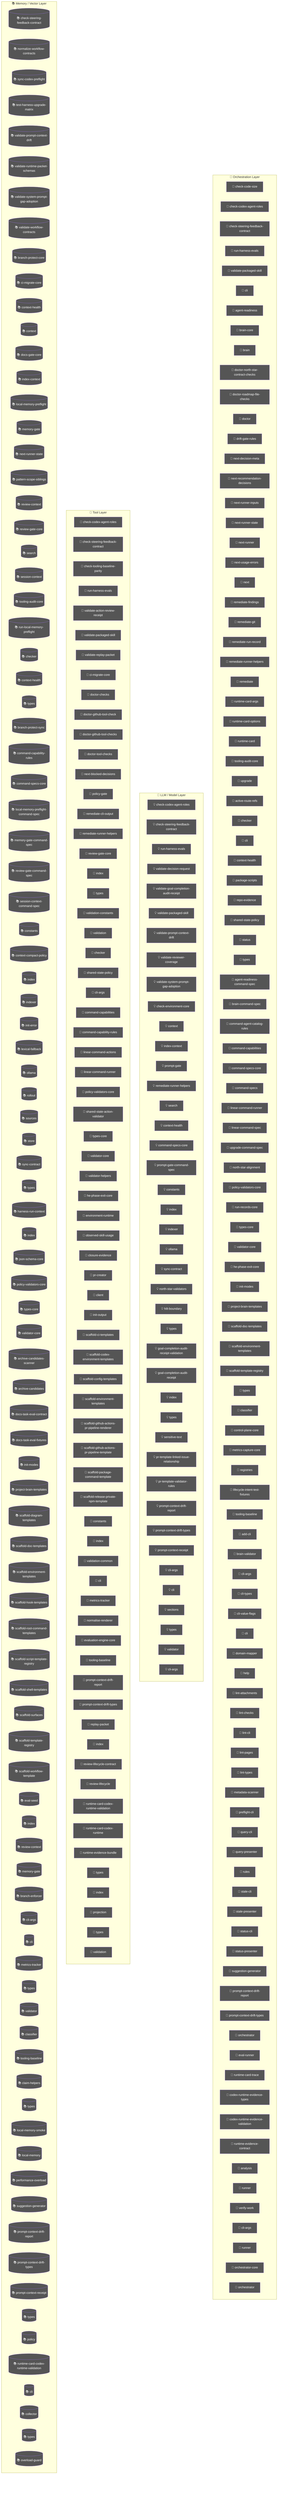
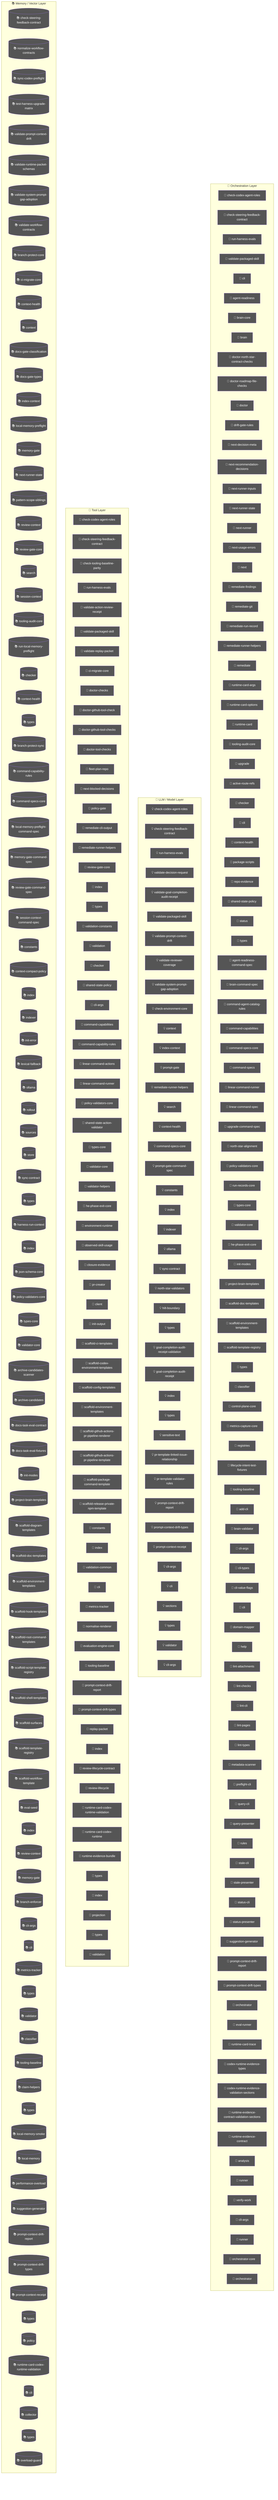
flowchart TD
  subgraph Orchestration["🎯 Orchestration Layer"]
-     check_code_size_9c5efc3a["🤖 check-code-size"]
    node_agent_mmd_orchestration_layer_orchestration_chec_7a9f0b64["🤖 check-codex-agent-roles"]
    node_agent_mmd_orchestration_layer_orchestration_chec_7fd47f5c["🤖 check-steering-feedback-contract"]
    node_agent_mmd_orchestration_layer_orchestration_run__18817957["🤖 run-harness-evals"]
    node_agent_mmd_orchestration_layer_orchestration_vali_c01b04be["🤖 validate-packaged-skill"]
    cli_99bb8840["🤖 cli"]
    agent_readiness_c82c68e6["🤖 agent-readiness"]
    brain_core_aa07c380["🤖 brain-core"]
    brain_bbbf7a64["🤖 brain"]
    doctor_north_star_contract_checks_0048124c["🤖 doctor-north-star-contract-checks"]
    doctor_roadmap_file_checks_14447b8e["🤖 doctor-roadmap-file-checks"]
    doctor_72f4be89["🤖 doctor"]
    drift_gate_rules_9685e72d["🤖 drift-gate-rules"]
    next_decision_meta_c58bc91b["🤖 next-decision-meta"]
    next_recommendation_decisions_03315dd4["🤖 next-recommendation-decisions"]
    next_runner_inputs_754dba64["🤖 next-runner-inputs"]
    node_agent_mmd_orchestration_layer_orchestration_next_5393fba1["🤖 next-runner-state"]
    next_runner_41643472["🤖 next-runner"]
    next_usage_errors_837a345a["🤖 next-usage-errors"]
    next_c6c1c9a9["🤖 next"]
    remediate_findings_8b09c8c6["🤖 remediate-findings"]
    remediate_git_58c6f6f4["🤖 remediate-git"]
    remediate_run_record_9dfe5dc1["🤖 remediate-run-record"]
    node_agent_mmd_orchestration_layer_orchestration_reme_359fe98f["🤖 remediate-runner-helpers"]
    remediate_06b9c7fc["🤖 remediate"]
    runtime_card_args_2b3d4b28["🤖 runtime-card-args"]
    runtime_card_options_c9156ad5["🤖 runtime-card-options"]
    runtime_card_e06b53e1["🤖 runtime-card"]
    node_agent_mmd_orchestration_layer_orchestration_tool_acfe0c01["🤖 tooling-audit-core"]
    upgrade_7fef9479["🤖 upgrade"]
    active_route_refs_d7a46846["🤖 active-route-refs"]
    node_agent_mmd_orchestration_layer_orchestration_chec_0550c395["🤖 checker"]
    cli_1_084e05fe["🤖 cli"]
    node_agent_mmd_orchestration_layer_orchestration_cont_61b3b9c9["🤖 context-health"]
    package_scripts_3ee6150f["🤖 package-scripts"]
    repo_evidence_38bb1de5["🤖 repo-evidence"]
    node_agent_mmd_orchestration_layer_orchestration_shar_724ef5f0["🤖 shared-state-policy"]
    status_073c1634["🤖 status"]
    node_agent_mmd_orchestration_layer_orchestration_type_4f906dcc["🤖 types"]
    agent_readiness_command_spec_a30c2c1e["🤖 agent-readiness-command-spec"]
    brain_command_spec_15b122d5["🤖 brain-command-spec"]
    command_agent_catalog_rules_8e06b2af["🤖 command-agent-catalog-rules"]
    node_agent_mmd_orchestration_layer_orchestration_comm_6e41a7f7["🤖 command-capabilities"]
    node_agent_mmd_orchestration_layer_orchestration_comm_1f8cc24c["🤖 command-specs-core"]
    command_specs_69167c63["🤖 command-specs"]
    node_agent_mmd_orchestration_layer_orchestration_line_b67affd5["🤖 linear-command-runner"]
    linear_command_spec_1e12dd44["🤖 linear-command-spec"]
    upgrade_command_spec_03f6c7bd["🤖 upgrade-command-spec"]
    north_star_alignment_00440188["🤖 north-star-alignment"]
    node_agent_mmd_orchestration_layer_orchestration_poli_3270b55d["🤖 policy-validators-core"]
    run_records_core_89286dfa["🤖 run-records-core"]
    node_agent_mmd_orchestration_layer_orchestration_type_7cf81261["🤖 types-core"]
    node_agent_mmd_orchestration_layer_orchestration_vali_d9fe99e6["🤖 validator-core"]
    node_agent_mmd_orchestration_layer_orchestration_he_p_fc778c24["🤖 he-phase-exit-core"]
    node_agent_mmd_orchestration_layer_orchestration_init_2a9c3ecb["🤖 init-modes"]
    node_agent_mmd_orchestration_layer_orchestration_proj_6ab6f60f["🤖 project-brain-templates"]
    node_agent_mmd_orchestration_layer_orchestration_scaf_12cc07db["🤖 scaffold-doc-templates"]
    node_agent_mmd_orchestration_layer_orchestration_scaf_c9a90c2f["🤖 scaffold-environment-templates"]
    node_agent_mmd_orchestration_layer_orchestration_scaf_ff8f92f6["🤖 scaffold-template-registry"]
    types_16_0fae1112["🤖 types"]
    node_agent_mmd_orchestration_layer_orchestration_clas_899b821a["🤖 classifier"]
    control_plane_core_db3b4cb2["🤖 control-plane-core"]
    metrics_capture_core_db4bf7cf["🤖 metrics-capture-core"]
    registries_06402afa["🤖 registries"]
    lifecycle_intent_test_fixtures_a53c7ada["🤖 lifecycle-intent-test-fixtures"]
    node_agent_mmd_orchestration_layer_orchestration_tool_cc43149f["🤖 tooling-baseline"]
    add_cli_7614de25["🤖 add-cli"]
    brain_validator_be251832["🤖 brain-validator"]
    cli_args_8_d546936e["🤖 cli-args"]
    cli_types_1686e858["🤖 cli-types"]
    cli_value_flags_732a8e43["🤖 cli-value-flags"]
    cli_10_35dc8cbd["🤖 cli"]
    domain_mapper_cd9333d2["🤖 domain-mapper"]
    help_106a5842["🤖 help"]
    lint_attachments_873c0632["🤖 lint-attachments"]
    lint_checks_83522b19["🤖 lint-checks"]
    lint_cli_9ec62ec0["🤖 lint-cli"]
    lint_pages_e33301d0["🤖 lint-pages"]
    lint_types_2862c255["🤖 lint-types"]
    metadata_scanner_6a101b66["🤖 metadata-scanner"]
    preflight_cli_5d148379["🤖 preflight-cli"]
    query_cli_b95be64d["🤖 query-cli"]
    query_presenter_02e6077c["🤖 query-presenter"]
    rules_6c621d1a["🤖 rules"]
    stale_cli_64548720["🤖 stale-cli"]
    stale_presenter_1de4e3a2["🤖 stale-presenter"]
    status_cli_4c24a0d6["🤖 status-cli"]
    status_presenter_8de686c1["🤖 status-presenter"]
    node_agent_mmd_orchestration_layer_orchestration_sugg_85c5ebe3["🤖 suggestion-generator"]
    node_agent_mmd_orchestration_layer_orchestration_prom_d17b4de2["🤖 prompt-context-drift-report"]
    node_agent_mmd_orchestration_layer_orchestration_prom_77088997["🤖 prompt-context-drift-types"]
    orchestrator_11376b7e["🤖 orchestrator"]
    eval_runner_0966a6b3["🤖 eval-runner"]
    runtime_card_trace_64a5ca95["🤖 runtime-card-trace"]
    codex_runtime_evidence_types_f55808dd["🤖 codex-runtime-evidence-types"]
-     codex_runtime_evidence_validation_d060a92d["🤖 codex-runtime-evidence-validation"]
+     codex_runtime_evidence_validation_sections_6d236b4a["🤖 codex-runtime-evidence-validation-sections"]
+     runtime_evidence_contract_validation_sections_1779ca7c["🤖 runtime-evidence-contract-validation-sections"]
    runtime_evidence_contract_0f7b15b2["🤖 runtime-evidence-contract"]
    analysis_f44e85c4["🤖 analysis"]
    runner_527aa9f4["🤖 runner"]
    verify_work_1_cd8e7ec3["🤖 verify-work"]
    cli_args_14_3481043e["🤖 cli-args"]
    runner_1_6f281bf8["🤖 runner"]
    orchestrator_core_d0678b53["🤖 orchestrator-core"]
    orchestrator_1_6b7137c5["🤖 orchestrator"]
  end
  subgraph LLMLayer["🧠 LLM / Model Layer"]
    node_agent_mmd_llm_model_layer_llmlayer_check_codex_a_29e7b7fa["💡 check-codex-agent-roles"]
    node_agent_mmd_llm_model_layer_llmlayer_check_steerin_0e1bf90d["💡 check-steering-feedback-contract"]
    node_agent_mmd_llm_model_layer_llmlayer_run_harness_e_603fcfdc["💡 run-harness-evals"]
    validate_decision_request_2e5c325e["💡 validate-decision-request"]
    validate_goal_completion_audit_receipt_100d252c["💡 validate-goal-completion-audit-receipt"]
    node_agent_mmd_llm_model_layer_llmlayer_validate_pack_2a12e1f4["💡 validate-packaged-skill"]
    node_agent_mmd_llm_model_layer_llmlayer_validate_prom_9880f764["💡 validate-prompt-context-drift"]
    validate_reviewer_coverage_251efee3["💡 validate-reviewer-coverage"]
    node_agent_mmd_llm_model_layer_llmlayer_validate_syst_5636156e["💡 validate-system-prompt-gap-adoption"]
    check_environment_core_2c16213f["💡 check-environment-core"]
    node_agent_mmd_llm_model_layer_llmlayer_context_conte_ad2dfbd9["💡 context"]
    node_agent_mmd_llm_model_layer_llmlayer_index_context_1041bd11["💡 index-context"]
    prompt_gate_c5e9d207["💡 prompt-gate"]
    node_agent_mmd_llm_model_layer_llmlayer_remediate_run_9e3d4585["💡 remediate-runner-helpers"]
    node_agent_mmd_llm_model_layer_llmlayer_search_search_66b9a911["💡 search"]
    node_agent_mmd_llm_model_layer_llmlayer_context_healt_cfc0bfa8["💡 context-health"]
    node_agent_mmd_llm_model_layer_llmlayer_command_specs_782af9fa["💡 command-specs-core"]
    prompt_gate_command_spec_9a941482["💡 prompt-gate-command-spec"]
    node_agent_mmd_llm_model_layer_llmlayer_constants_con_c9bd3f6c["💡 constants"]
    node_agent_mmd_llm_model_layer_llmlayer_index_index_1_02e160ff["💡 index"]
    node_agent_mmd_llm_model_layer_llmlayer_indexer_index_4f4deef5["💡 indexer"]
    node_agent_mmd_llm_model_layer_llmlayer_ollama_ollama_968b23fa["💡 ollama"]
    node_agent_mmd_llm_model_layer_llmlayer_sync_contract_9f3cc8c1["💡 sync-contract"]
    north_star_validators_cfc926ce["💡 north-star-validators"]
    hilt_boundary_9b36fb15["💡 hilt-boundary"]
    types_10_75e5a4a0["💡 types"]
    goal_completion_audit_receipt_validation_9d0f4891["💡 goal-completion-audit-receipt-validation"]
    goal_completion_audit_receipt_5e4939c3["💡 goal-completion-audit-receipt"]
    index_5_522f772a["💡 index"]
    node_agent_mmd_llm_model_layer_llmlayer_constants_con_c9bd3f6c["💡 constants"]
    types_17_ed30531c["💡 types"]
    sensitive_text_7c11f760["💡 sensitive-text"]
    pr_template_linked_issue_relationship_a7b61f2c["💡 pr-template-linked-issue-relationship"]
    pr_template_validator_rules_20a32d6b["💡 pr-template-validator-rules"]
    node_agent_mmd_llm_model_layer_llmlayer_index_index_1_02e160ff["💡 index"]
    node_agent_mmd_llm_model_layer_llmlayer_prompt_contex_81f9066a["💡 prompt-context-drift-report"]
    node_agent_mmd_llm_model_layer_llmlayer_prompt_contex_e5066b88["💡 prompt-context-drift-types"]
    node_agent_mmd_llm_model_layer_llmlayer_index_index_1_02e160ff["💡 index"]
    node_agent_mmd_llm_model_layer_llmlayer_prompt_contex_6426acc2["💡 prompt-context-receipt"]
    cli_args_9_9c136878["💡 cli-args"]
    cli_11_338a8415["💡 cli"]
    sections_4697ef32["💡 sections"]
    types_27_4d134744["💡 types"]
    validator_7_f836eb0e["💡 validator"]
    cli_args_10_861cdd3f["💡 cli-args"]
  end
  subgraph ToolLayer["🔧 Tool Layer"]
    node_agent_mmd_tool_layer_toollayer_check_codex_agent_4b361d5a["🔧 check-codex-agent-roles"]
    node_agent_mmd_tool_layer_toollayer_check_steering_fe_eafecf3a["🔧 check-steering-feedback-contract"]
    check_tooling_baseline_parity_3124b30a["🔧 check-tooling-baseline-parity"]
    node_agent_mmd_tool_layer_toollayer_run_harness_evals_e2ee24f1["🔧 run-harness-evals"]
    validate_action_review_receipt_fa2f06c3["🔧 validate-action-review-receipt"]
    node_agent_mmd_tool_layer_toollayer_validate_packaged_2855c827["🔧 validate-packaged-skill"]
    validate_replay_packet_f309747e["🔧 validate-replay-packet"]
    node_agent_mmd_tool_layer_toollayer_ci_migrate_core_c_049f8460["🔧 ci-migrate-core"]
    doctor_checks_5a2eb2b9["🔧 doctor-checks"]
    doctor_github_tool_check_e0a938df["🔧 doctor-github-tool-check"]
    doctor_github_tool_checks_a53b0382["🔧 doctor-github-tool-checks"]
    doctor_tool_checks_4acac51a["🔧 doctor-tool-checks"]
+     fleet_plan_repo_ecdc6499["🔧 fleet-plan-repo"]
    next_blocked_decisions_4140ad2b["🔧 next-blocked-decisions"]
    policy_gate_213f7313["🔧 policy-gate"]
    remediate_cli_output_cc165396["🔧 remediate-cli-output"]
    node_agent_mmd_tool_layer_toollayer_remediate_runner__c003b871["🔧 remediate-runner-helpers"]
    node_agent_mmd_tool_layer_toollayer_review_gate_core__7704598b["🔧 review-gate-core"]
    index_1bc04b52["🔧 index"]
    types_1_4ecdf56e["🔧 types"]
    validation_constants_e002a0f6["🔧 validation-constants"]
    validation_98c41dcd["🔧 validation"]
    node_agent_mmd_tool_layer_toollayer_checker_checker_2_453d593b["🔧 checker"]
    node_agent_mmd_tool_layer_toollayer_shared_state_poli_53734acd["🔧 shared-state-policy"]
    cli_args_1_6144b055["🔧 cli-args"]
    node_agent_mmd_tool_layer_toollayer_command_capabilit_7fe13db1["🔧 command-capabilities"]
    node_agent_mmd_tool_layer_toollayer_command_capabilit_e97a4615["🔧 command-capability-rules"]
    linear_command_actions_e430f4f4["🔧 linear-command-actions"]
    node_agent_mmd_tool_layer_toollayer_linear_command_ru_d6763748["🔧 linear-command-runner"]
    node_agent_mmd_tool_layer_toollayer_policy_validators_af136abf["🔧 policy-validators-core"]
    shared_state_action_validator_e7b128cd["🔧 shared-state-action-validator"]
    node_agent_mmd_tool_layer_toollayer_types_core_types__6c8319b6["🔧 types-core"]
    node_agent_mmd_tool_layer_toollayer_validator_core_va_6ef6131f["🔧 validator-core"]
    validator_helpers_7b927667["🔧 validator-helpers"]
    node_agent_mmd_tool_layer_toollayer_he_phase_exit_cor_af016160["🔧 he-phase-exit-core"]
    environment_runtime_3206f0a8["🔧 environment-runtime"]
    observed_skill_usage_ed7d5930["🔧 observed-skill-usage"]
    closure_evidence_aaa31467["🔧 closure-evidence"]
    pr_creator_dc6b1ea4["🔧 pr-creator"]
    client_948fe603["🔧 client"]
    init_output_360dce91["🔧 init-output"]
    scaffold_ci_templates_2afd6392["🔧 scaffold-ci-templates"]
    scaffold_codex_environment_templates_334fbbed["🔧 scaffold-codex-environment-templates"]
    scaffold_config_templates_4b80ce53["🔧 scaffold-config-templates"]
    node_agent_mmd_tool_layer_toollayer_scaffold_environm_c1afc013["🔧 scaffold-environment-templates"]
    scaffold_github_actions_pr_pipeline_renderer_1ee18de5["🔧 scaffold-github-actions-pr-pipeline-renderer"]
    scaffold_github_actions_pr_pipeline_template_e2b85f62["🔧 scaffold-github-actions-pr-pipeline-template"]
    scaffold_package_command_template_80e32e83["🔧 scaffold-package-command-template"]
    scaffold_release_private_npm_template_075499f8["🔧 scaffold-release-private-npm-template"]
    node_agent_mmd_tool_layer_toollayer_constants_constan_9d71b829["🔧 constants"]
    index_9_32dd4d91["🔧 index"]
    validation_common_6161e48b["🔧 validation-common"]
    node_agent_mmd_tool_layer_toollayer_cli_cli_2_1_32d9eeaf["🔧 cli"]
    node_agent_mmd_tool_layer_toollayer_metrics_tracker_m_4c9237d8["🔧 metrics-tracker"]
    normalise_renderer_85f2e563["🔧 normalise-renderer"]
    evaluation_engine_core_e054fe49["🔧 evaluation-engine-core"]
    node_agent_mmd_tool_layer_toollayer_tooling_baseline__61e66e9f["🔧 tooling-baseline"]
    node_agent_mmd_tool_layer_toollayer_prompt_context_dr_a2772f2b["🔧 prompt-context-drift-report"]
    node_agent_mmd_tool_layer_toollayer_prompt_context_dr_bd82da46["🔧 prompt-context-drift-types"]
    replay_packet_a1293f88["🔧 replay-packet"]
    index_14_d982116c["🔧 index"]
    review_lifecycle_contract_e5447221["🔧 review-lifecycle-contract"]
    review_lifecycle_89afa64c["🔧 review-lifecycle"]
    node_agent_mmd_tool_layer_toollayer_runtime_card_code_3636ceac["🔧 runtime-card-codex-runtime-validation"]
    runtime_card_codex_runtime_0655e230["🔧 runtime-card-codex-runtime"]
    runtime_evidence_bundle_d471a232["🔧 runtime-evidence-bundle"]
    types_36_674380ec["🔧 types"]
    index_17_642943a2["🔧 index"]
    projection_1b250ea1["🔧 projection"]
    types_38_e8efcd57["🔧 types"]
    validation_7_c4e6d8b6["🔧 validation"]
  end
  subgraph MemoryLayer["📚 Memory / Vector Layer"]
    node_agent_mmd_memory_vector_layer_memorylayer_check__64c86928[("📚 check-steering-feedback-contract")]
    normalize_workflow_contracts_8701f1c8[("📚 normalize-workflow-contracts")]
    sync_codex_preflight_7e7a8dc2[("📚 sync-codex-preflight")]
    test_harness_upgrade_matrix_84113c4e[("📚 test-harness-upgrade-matrix")]
    node_agent_mmd_memory_vector_layer_memorylayer_valida_c52c4db8[("📚 validate-prompt-context-drift")]
    validate_runtime_packet_schemas_bc3ba8ec[("📚 validate-runtime-packet-schemas")]
    node_agent_mmd_memory_vector_layer_memorylayer_valida_db599a97[("📚 validate-system-prompt-gap-adoption")]
    validate_workflow_contracts_33dc063c[("📚 validate-workflow-contracts")]
    branch_protect_core_a8feb0fd[("📚 branch-protect-core")]
    node_agent_mmd_memory_vector_layer_memorylayer_ci_mig_0cd5b1a4[("📚 ci-migrate-core")]
    context_health_80bb7da9[("📚 context-health")]
    node_agent_mmd_memory_vector_layer_memorylayer_contex_78ceaaa9[("📚 context")]
-     docs_gate_core_eb9b6c18[("📚 docs-gate-core")]
+     docs_gate_classification_2f51c90b[("📚 docs-gate-classification")]
+     docs_gate_types_d285abb6[("📚 docs-gate-types")]
    node_agent_mmd_memory_vector_layer_memorylayer_index__6f3402d0[("📚 index-context")]
    local_memory_preflight_dcc36c42[("📚 local-memory-preflight")]
    memory_gate_a577a506[("📚 memory-gate")]
    node_agent_mmd_memory_vector_layer_memorylayer_next_r_7feb80cc[("📚 next-runner-state")]
    pattern_scope_siblings_43abe000[("📚 pattern-scope-siblings")]
    review_context_ca6cf81d[("📚 review-context")]
    node_agent_mmd_memory_vector_layer_memorylayer_review_5bee9816[("📚 review-gate-core")]
    node_agent_mmd_memory_vector_layer_memorylayer_search_ac35cb7e[("📚 search")]
    session_context_e5ec72c0[("📚 session-context")]
    node_agent_mmd_memory_vector_layer_memorylayer_toolin_a1185b8f[("📚 tooling-audit-core")]
    run_local_memory_preflight_36e92808[("📚 run-local-memory-preflight")]
    node_agent_mmd_memory_vector_layer_memorylayer_checke_a583eb4f[("📚 checker")]
    node_agent_mmd_memory_vector_layer_memorylayer_contex_3204aa0e[("📚 context-health")]
    node_agent_mmd_memory_vector_layer_memorylayer_types__9ad640a0[("📚 types")]
    branch_protect_sync_570adb18[("📚 branch-protect-sync")]
    node_agent_mmd_memory_vector_layer_memorylayer_comman_c72a5d05[("📚 command-capability-rules")]
    node_agent_mmd_memory_vector_layer_memorylayer_comman_111eb454[("📚 command-specs-core")]
    local_memory_preflight_command_spec_9e23f3ce[("📚 local-memory-preflight-command-spec")]
    memory_gate_command_spec_dc9001a9[("📚 memory-gate-command-spec")]
    review_gate_command_spec_3187376a[("📚 review-gate-command-spec")]
    session_context_command_spec_973afbb1[("📚 session-context-command-spec")]
    node_agent_mmd_memory_vector_layer_memorylayer_consta_702d3f46[("📚 constants")]
    context_compact_policy_3dcaf95d[("📚 context-compact-policy")]
    node_agent_mmd_memory_vector_layer_memorylayer_index__752bc61e[("📚 index")]
    node_agent_mmd_memory_vector_layer_memorylayer_indexe_93e6d86f[("📚 indexer")]
    init_error_5c7dd49f[("📚 init-error")]
    lexical_fallback_723e2b3e[("📚 lexical-fallback")]
    node_agent_mmd_memory_vector_layer_memorylayer_ollama_6d51be16[("📚 ollama")]
    rollout_a4fa034c[("📚 rollout")]
    sources_878a52fc[("📚 sources")]
    store_824d80d7[("📚 store")]
    node_agent_mmd_memory_vector_layer_memorylayer_sync_c_e43418bc[("📚 sync-contract")]
    types_8_f6283648[("📚 types")]
    harness_run_context_ac7c77a9[("📚 harness-run-context")]
    index_4_013aa0e3[("📚 index")]
    json_schema_core_96d7e328[("📚 json-schema-core")]
    node_agent_mmd_memory_vector_layer_memorylayer_policy_1944de42[("📚 policy-validators-core")]
    node_agent_mmd_memory_vector_layer_memorylayer_types__83f369fa[("📚 types-core")]
    node_agent_mmd_memory_vector_layer_memorylayer_valida_41034356[("📚 validator-core")]
    archive_candidates_scanner_d0931789[("📚 archive-candidates-scanner")]
    archive_candidates_dc0e40e1[("📚 archive-candidates")]
    docs_task_eval_contract_79347457[("📚 docs-task-eval-contract")]
    docs_task_eval_fixtures_44902755[("📚 docs-task-eval-fixtures")]
    node_agent_mmd_memory_vector_layer_memorylayer_init_m_333d02c5[("📚 init-modes")]
    node_agent_mmd_memory_vector_layer_memorylayer_projec_3ae304d9[("📚 project-brain-templates")]
    scaffold_diagram_templates_dd88e83c[("📚 scaffold-diagram-templates")]
    node_agent_mmd_memory_vector_layer_memorylayer_scaffo_5fd73b94[("📚 scaffold-doc-templates")]
    node_agent_mmd_memory_vector_layer_memorylayer_scaffo_12b42341[("📚 scaffold-environment-templates")]
    scaffold_hook_templates_8c74ab50[("📚 scaffold-hook-templates")]
    scaffold_root_command_templates_404fed7f[("📚 scaffold-root-command-templates")]
    scaffold_script_template_registry_69312d4e[("📚 scaffold-script-template-registry")]
    scaffold_shell_templates_0ad0f915[("📚 scaffold-shell-templates")]
    scaffold_surfaces_12d6494e[("📚 scaffold-surfaces")]
    node_agent_mmd_memory_vector_layer_memorylayer_scaffo_a86eece1[("📚 scaffold-template-registry")]
    scaffold_workflow_template_92310587[("📚 scaffold-workflow-template")]
    eval_seed_5699fd3e[("📚 eval-seed")]
    index_10_f6785a46[("📚 index")]
    review_context_1_e3afed15[("📚 review-context")]
    memory_gate_1_265164ac[("📚 memory-gate")]
    branch_enforcer_acb749cd[("📚 branch-enforcer")]
    cli_args_5_09ea29f0[("📚 cli-args")]
    node_agent_mmd_memory_vector_layer_memorylayer_cli_cl_1f1f89ab[("📚 cli")]
    node_agent_mmd_memory_vector_layer_memorylayer_metric_12562178[("📚 metrics-tracker")]
    types_19_eb4ad5f0[("📚 types")]
    validator_5_b19ac2be[("📚 validator")]
    node_agent_mmd_memory_vector_layer_memorylayer_classi_1ebbf5ff[("📚 classifier")]
    node_agent_mmd_memory_vector_layer_memorylayer_toolin_14f86b00[("📚 tooling-baseline")]
    claim_helpers_20dc8387[("📚 claim-helpers")]
    types_24_c63dc1a7[("📚 types")]
    local_memory_smoke_1175abfc[("📚 local-memory-smoke")]
    local_memory_0db17ecc[("📚 local-memory")]
    performance_overload_c685bfcf[("📚 performance-overload")]
    node_agent_mmd_memory_vector_layer_memorylayer_sugges_267f408d[("📚 suggestion-generator")]
    node_agent_mmd_memory_vector_layer_memorylayer_index__752bc61e[("📚 index")]
    node_agent_mmd_memory_vector_layer_memorylayer_prompt_ae34fc43[("📚 prompt-context-drift-report")]
    node_agent_mmd_memory_vector_layer_memorylayer_prompt_efd77624[("📚 prompt-context-drift-types")]
    node_agent_mmd_memory_vector_layer_memorylayer_index__752bc61e[("📚 index")]
    node_agent_mmd_memory_vector_layer_memorylayer_prompt_55c0d605[("📚 prompt-context-receipt")]
    types_31_eb363e20[("📚 types")]
    policy_1_fc4198db[("📚 policy")]
    node_agent_mmd_memory_vector_layer_memorylayer_runtim_a5d23e7f[("📚 runtime-card-codex-runtime-validation")]
    cli_12_01c06c37[("📚 cli")]
    collector_0736fd5b[("📚 collector")]
    types_34_85e6a0bb[("📚 types")]
    overload_guard_2748c559[("📚 overload-guard")]
  end
  classDef agentNode fill:#555,color:#fff
-   class check_code_size_9c5efc3a,node_agent_mmd_orchestration_layer_orchestration_chec_7a9f0b64,node_agent_mmd_llm_model_layer_llmlayer_check_codex_a_29e7b7fa,node_agent_mmd_tool_layer_toollayer_check_codex_agent_4b361d5a,node_agent_mmd_orchestration_layer_orchestration_chec_7fd47f5c,node_agent_mmd_llm_model_layer_llmlayer_check_steerin_0e1bf90d,node_agent_mmd_tool_layer_toollayer_check_steering_fe_eafecf3a,node_agent_mmd_memory_vector_layer_memorylayer_check__64c86928,node_agent_mmd_orchestration_layer_orchestration_run__18817957,node_agent_mmd_llm_model_layer_llmlayer_run_harness_e_603fcfdc,node_agent_mmd_tool_layer_toollayer_run_harness_evals_e2ee24f1,node_agent_mmd_orchestration_layer_orchestration_vali_c01b04be,node_agent_mmd_llm_model_layer_llmlayer_validate_pack_2a12e1f4,node_agent_mmd_tool_layer_toollayer_validate_packaged_2855c827,cli_99bb8840,agent_readiness_c82c68e6,brain_core_aa07c380,brain_bbbf7a64,doctor_north_star_contract_checks_0048124c,doctor_roadmap_file_checks_14447b8e,doctor_72f4be89,drift_gate_rules_9685e72d,next_decision_meta_c58bc91b,next_recommendation_decisions_03315dd4,next_runner_inputs_754dba64,node_agent_mmd_orchestration_layer_orchestration_next_5393fba1,node_agent_mmd_memory_vector_layer_memorylayer_next_r_7feb80cc,next_runner_41643472,next_usage_errors_837a345a,next_c6c1c9a9,remediate_findings_8b09c8c6,remediate_git_58c6f6f4,remediate_run_record_9dfe5dc1,node_agent_mmd_orchestration_layer_orchestration_reme_359fe98f,node_agent_mmd_llm_model_layer_llmlayer_remediate_run_9e3d4585,node_agent_mmd_tool_layer_toollayer_remediate_runner__c003b871,remediate_06b9c7fc,runtime_card_args_2b3d4b28,runtime_card_options_c9156ad5,runtime_card_e06b53e1,node_agent_mmd_orchestration_layer_orchestration_tool_acfe0c01,node_agent_mmd_memory_vector_layer_memorylayer_toolin_a1185b8f,upgrade_7fef9479,active_route_refs_d7a46846,node_agent_mmd_orchestration_layer_orchestration_chec_0550c395,node_agent_mmd_tool_layer_toollayer_checker_checker_2_453d593b,node_agent_mmd_memory_vector_layer_memorylayer_checke_a583eb4f,cli_1_084e05fe,node_agent_mmd_orchestration_layer_orchestration_cont_61b3b9c9,node_agent_mmd_llm_model_layer_llmlayer_context_healt_cfc0bfa8,node_agent_mmd_memory_vector_layer_memorylayer_contex_3204aa0e,package_scripts_3ee6150f,repo_evidence_38bb1de5,node_agent_mmd_orchestration_layer_orchestration_shar_724ef5f0,node_agent_mmd_tool_layer_toollayer_shared_state_poli_53734acd,status_073c1634,node_agent_mmd_orchestration_layer_orchestration_type_4f906dcc,node_agent_mmd_memory_vector_layer_memorylayer_types__9ad640a0,agent_readiness_command_spec_a30c2c1e,brain_command_spec_15b122d5,command_agent_catalog_rules_8e06b2af,node_agent_mmd_orchestration_layer_orchestration_comm_6e41a7f7,node_agent_mmd_tool_layer_toollayer_command_capabilit_7fe13db1,node_agent_mmd_orchestration_layer_orchestration_comm_1f8cc24c,node_agent_mmd_llm_model_layer_llmlayer_command_specs_782af9fa,node_agent_mmd_memory_vector_layer_memorylayer_comman_111eb454,command_specs_69167c63,node_agent_mmd_orchestration_layer_orchestration_line_b67affd5,node_agent_mmd_tool_layer_toollayer_linear_command_ru_d6763748,linear_command_spec_1e12dd44,upgrade_command_spec_03f6c7bd,north_star_alignment_00440188,node_agent_mmd_orchestration_layer_orchestration_poli_3270b55d,node_agent_mmd_tool_layer_toollayer_policy_validators_af136abf,node_agent_mmd_memory_vector_layer_memorylayer_policy_1944de42,run_records_core_89286dfa,node_agent_mmd_orchestration_layer_orchestration_type_7cf81261,node_agent_mmd_tool_layer_toollayer_types_core_types__6c8319b6,node_agent_mmd_memory_vector_layer_memorylayer_types__83f369fa,node_agent_mmd_orchestration_layer_orchestration_vali_d9fe99e6,node_agent_mmd_tool_layer_toollayer_validator_core_va_6ef6131f,node_agent_mmd_memory_vector_layer_memorylayer_valida_41034356,node_agent_mmd_orchestration_layer_orchestration_he_p_fc778c24,node_agent_mmd_tool_layer_toollayer_he_phase_exit_cor_af016160,node_agent_mmd_orchestration_layer_orchestration_init_2a9c3ecb,node_agent_mmd_memory_vector_layer_memorylayer_init_m_333d02c5,node_agent_mmd_orchestration_layer_orchestration_proj_6ab6f60f,node_agent_mmd_memory_vector_layer_memorylayer_projec_3ae304d9,node_agent_mmd_orchestration_layer_orchestration_scaf_12cc07db,node_agent_mmd_memory_vector_layer_memorylayer_scaffo_5fd73b94,node_agent_mmd_orchestration_layer_orchestration_scaf_c9a90c2f,node_agent_mmd_tool_layer_toollayer_scaffold_environm_c1afc013,node_agent_mmd_memory_vector_layer_memorylayer_scaffo_12b42341,node_agent_mmd_orchestration_layer_orchestration_scaf_ff8f92f6,node_agent_mmd_memory_vector_layer_memorylayer_scaffo_a86eece1,types_16_0fae1112,node_agent_mmd_orchestration_layer_orchestration_clas_899b821a,node_agent_mmd_memory_vector_layer_memorylayer_classi_1ebbf5ff,control_plane_core_db3b4cb2,metrics_capture_core_db4bf7cf,registries_06402afa,lifecycle_intent_test_fixtures_a53c7ada,node_agent_mmd_orchestration_layer_orchestration_tool_cc43149f,node_agent_mmd_tool_layer_toollayer_tooling_baseline__61e66e9f,node_agent_mmd_memory_vector_layer_memorylayer_toolin_14f86b00,add_cli_7614de25,brain_validator_be251832,cli_args_8_d546936e,cli_types_1686e858,cli_value_flags_732a8e43,cli_10_35dc8cbd,domain_mapper_cd9333d2,help_106a5842,lint_attachments_873c0632,lint_checks_83522b19,lint_cli_9ec62ec0,lint_pages_e33301d0,lint_types_2862c255,metadata_scanner_6a101b66,preflight_cli_5d148379,query_cli_b95be64d,query_presenter_02e6077c,rules_6c621d1a,stale_cli_64548720,stale_presenter_1de4e3a2,status_cli_4c24a0d6,status_presenter_8de686c1,node_agent_mmd_orchestration_layer_orchestration_sugg_85c5ebe3,node_agent_mmd_memory_vector_layer_memorylayer_sugges_267f408d,node_agent_mmd_orchestration_layer_orchestration_prom_d17b4de2,node_agent_mmd_llm_model_layer_llmlayer_prompt_contex_81f9066a,node_agent_mmd_tool_layer_toollayer_prompt_context_dr_a2772f2b,node_agent_mmd_memory_vector_layer_memorylayer_prompt_ae34fc43,node_agent_mmd_orchestration_layer_orchestration_prom_77088997,node_agent_mmd_llm_model_layer_llmlayer_prompt_contex_e5066b88,node_agent_mmd_tool_layer_toollayer_prompt_context_dr_bd82da46,node_agent_mmd_memory_vector_layer_memorylayer_prompt_efd77624,orchestrator_11376b7e,eval_runner_0966a6b3,runtime_card_trace_64a5ca95,codex_runtime_evidence_types_f55808dd,codex_runtime_evidence_validation_d060a92d,runtime_evidence_contract_0f7b15b2,analysis_f44e85c4,runner_527aa9f4,verify_work_1_cd8e7ec3,cli_args_14_3481043e,runner_1_6f281bf8,orchestrator_core_d0678b53,orchestrator_1_6b7137c5 agentNode
+   class node_agent_mmd_orchestration_layer_orchestration_chec_7a9f0b64,node_agent_mmd_llm_model_layer_llmlayer_check_codex_a_29e7b7fa,node_agent_mmd_tool_layer_toollayer_check_codex_agent_4b361d5a,node_agent_mmd_orchestration_layer_orchestration_chec_7fd47f5c,node_agent_mmd_llm_model_layer_llmlayer_check_steerin_0e1bf90d,node_agent_mmd_tool_layer_toollayer_check_steering_fe_eafecf3a,node_agent_mmd_memory_vector_layer_memorylayer_check__64c86928,node_agent_mmd_orchestration_layer_orchestration_run__18817957,node_agent_mmd_llm_model_layer_llmlayer_run_harness_e_603fcfdc,node_agent_mmd_tool_layer_toollayer_run_harness_evals_e2ee24f1,node_agent_mmd_orchestration_layer_orchestration_vali_c01b04be,node_agent_mmd_llm_model_layer_llmlayer_validate_pack_2a12e1f4,node_agent_mmd_tool_layer_toollayer_validate_packaged_2855c827,cli_99bb8840,agent_readiness_c82c68e6,brain_core_aa07c380,brain_bbbf7a64,doctor_north_star_contract_checks_0048124c,doctor_roadmap_file_checks_14447b8e,doctor_72f4be89,drift_gate_rules_9685e72d,next_decision_meta_c58bc91b,next_recommendation_decisions_03315dd4,next_runner_inputs_754dba64,node_agent_mmd_orchestration_layer_orchestration_next_5393fba1,node_agent_mmd_memory_vector_layer_memorylayer_next_r_7feb80cc,next_runner_41643472,next_usage_errors_837a345a,next_c6c1c9a9,remediate_findings_8b09c8c6,remediate_git_58c6f6f4,remediate_run_record_9dfe5dc1,node_agent_mmd_orchestration_layer_orchestration_reme_359fe98f,node_agent_mmd_llm_model_layer_llmlayer_remediate_run_9e3d4585,node_agent_mmd_tool_layer_toollayer_remediate_runner__c003b871,remediate_06b9c7fc,runtime_card_args_2b3d4b28,runtime_card_options_c9156ad5,runtime_card_e06b53e1,node_agent_mmd_orchestration_layer_orchestration_tool_acfe0c01,node_agent_mmd_memory_vector_layer_memorylayer_toolin_a1185b8f,upgrade_7fef9479,active_route_refs_d7a46846,node_agent_mmd_orchestration_layer_orchestration_chec_0550c395,node_agent_mmd_tool_layer_toollayer_checker_checker_2_453d593b,node_agent_mmd_memory_vector_layer_memorylayer_checke_a583eb4f,cli_1_084e05fe,node_agent_mmd_orchestration_layer_orchestration_cont_61b3b9c9,node_agent_mmd_llm_model_layer_llmlayer_context_healt_cfc0bfa8,node_agent_mmd_memory_vector_layer_memorylayer_contex_3204aa0e,package_scripts_3ee6150f,repo_evidence_38bb1de5,node_agent_mmd_orchestration_layer_orchestration_shar_724ef5f0,node_agent_mmd_tool_layer_toollayer_shared_state_poli_53734acd,status_073c1634,node_agent_mmd_orchestration_layer_orchestration_type_4f906dcc,node_agent_mmd_memory_vector_layer_memorylayer_types__9ad640a0,agent_readiness_command_spec_a30c2c1e,brain_command_spec_15b122d5,command_agent_catalog_rules_8e06b2af,node_agent_mmd_orchestration_layer_orchestration_comm_6e41a7f7,node_agent_mmd_tool_layer_toollayer_command_capabilit_7fe13db1,node_agent_mmd_orchestration_layer_orchestration_comm_1f8cc24c,node_agent_mmd_llm_model_layer_llmlayer_command_specs_782af9fa,node_agent_mmd_memory_vector_layer_memorylayer_comman_111eb454,command_specs_69167c63,node_agent_mmd_orchestration_layer_orchestration_line_b67affd5,node_agent_mmd_tool_layer_toollayer_linear_command_ru_d6763748,linear_command_spec_1e12dd44,upgrade_command_spec_03f6c7bd,north_star_alignment_00440188,node_agent_mmd_orchestration_layer_orchestration_poli_3270b55d,node_agent_mmd_tool_layer_toollayer_policy_validators_af136abf,node_agent_mmd_memory_vector_layer_memorylayer_policy_1944de42,run_records_core_89286dfa,node_agent_mmd_orchestration_layer_orchestration_type_7cf81261,node_agent_mmd_tool_layer_toollayer_types_core_types__6c8319b6,node_agent_mmd_memory_vector_layer_memorylayer_types__83f369fa,node_agent_mmd_orchestration_layer_orchestration_vali_d9fe99e6,node_agent_mmd_tool_layer_toollayer_validator_core_va_6ef6131f,node_agent_mmd_memory_vector_layer_memorylayer_valida_41034356,node_agent_mmd_orchestration_layer_orchestration_he_p_fc778c24,node_agent_mmd_tool_layer_toollayer_he_phase_exit_cor_af016160,node_agent_mmd_orchestration_layer_orchestration_init_2a9c3ecb,node_agent_mmd_memory_vector_layer_memorylayer_init_m_333d02c5,node_agent_mmd_orchestration_layer_orchestration_proj_6ab6f60f,node_agent_mmd_memory_vector_layer_memorylayer_projec_3ae304d9,node_agent_mmd_orchestration_layer_orchestration_scaf_12cc07db,node_agent_mmd_memory_vector_layer_memorylayer_scaffo_5fd73b94,node_agent_mmd_orchestration_layer_orchestration_scaf_c9a90c2f,node_agent_mmd_tool_layer_toollayer_scaffold_environm_c1afc013,node_agent_mmd_memory_vector_layer_memorylayer_scaffo_12b42341,node_agent_mmd_orchestration_layer_orchestration_scaf_ff8f92f6,node_agent_mmd_memory_vector_layer_memorylayer_scaffo_a86eece1,types_16_0fae1112,node_agent_mmd_orchestration_layer_orchestration_clas_899b821a,node_agent_mmd_memory_vector_layer_memorylayer_classi_1ebbf5ff,control_plane_core_db3b4cb2,metrics_capture_core_db4bf7cf,registries_06402afa,lifecycle_intent_test_fixtures_a53c7ada,node_agent_mmd_orchestration_layer_orchestration_tool_cc43149f,node_agent_mmd_tool_layer_toollayer_tooling_baseline__61e66e9f,node_agent_mmd_memory_vector_layer_memorylayer_toolin_14f86b00,add_cli_7614de25,brain_validator_be251832,cli_args_8_d546936e,cli_types_1686e858,cli_value_flags_732a8e43,cli_10_35dc8cbd,domain_mapper_cd9333d2,help_106a5842,lint_attachments_873c0632,lint_checks_83522b19,lint_cli_9ec62ec0,lint_pages_e33301d0,lint_types_2862c255,metadata_scanner_6a101b66,preflight_cli_5d148379,query_cli_b95be64d,query_presenter_02e6077c,rules_6c621d1a,stale_cli_64548720,stale_presenter_1de4e3a2,status_cli_4c24a0d6,status_presenter_8de686c1,node_agent_mmd_orchestration_layer_orchestration_sugg_85c5ebe3,node_agent_mmd_memory_vector_layer_memorylayer_sugges_267f408d,node_agent_mmd_orchestration_layer_orchestration_prom_d17b4de2,node_agent_mmd_llm_model_layer_llmlayer_prompt_contex_81f9066a,node_agent_mmd_tool_layer_toollayer_prompt_context_dr_a2772f2b,node_agent_mmd_memory_vector_layer_memorylayer_prompt_ae34fc43,node_agent_mmd_orchestration_layer_orchestration_prom_77088997,node_agent_mmd_llm_model_layer_llmlayer_prompt_contex_e5066b88,node_agent_mmd_tool_layer_toollayer_prompt_context_dr_bd82da46,node_agent_mmd_memory_vector_layer_memorylayer_prompt_efd77624,orchestrator_11376b7e,eval_runner_0966a6b3,runtime_card_trace_64a5ca95,codex_runtime_evidence_types_f55808dd,codex_runtime_evidence_validation_sections_6d236b4a,runtime_evidence_contract_validation_sections_1779ca7c,runtime_evidence_contract_0f7b15b2,analysis_f44e85c4,runner_527aa9f4,verify_work_1_cd8e7ec3,cli_args_14_3481043e,runner_1_6f281bf8,orchestrator_core_d0678b53,orchestrator_1_6b7137c5 agentNode
  classDef llmNode fill:#555,color:#fff
  class node_agent_mmd_orchestration_layer_orchestration_chec_7a9f0b64,node_agent_mmd_llm_model_layer_llmlayer_check_codex_a_29e7b7fa,node_agent_mmd_tool_layer_toollayer_check_codex_agent_4b361d5a,node_agent_mmd_orchestration_layer_orchestration_chec_7fd47f5c,node_agent_mmd_llm_model_layer_llmlayer_check_steerin_0e1bf90d,node_agent_mmd_tool_layer_toollayer_check_steering_fe_eafecf3a,node_agent_mmd_memory_vector_layer_memorylayer_check__64c86928,node_agent_mmd_orchestration_layer_orchestration_run__18817957,node_agent_mmd_llm_model_layer_llmlayer_run_harness_e_603fcfdc,node_agent_mmd_tool_layer_toollayer_run_harness_evals_e2ee24f1,validate_decision_request_2e5c325e,validate_goal_completion_audit_receipt_100d252c,node_agent_mmd_orchestration_layer_orchestration_vali_c01b04be,node_agent_mmd_llm_model_layer_llmlayer_validate_pack_2a12e1f4,node_agent_mmd_tool_layer_toollayer_validate_packaged_2855c827,node_agent_mmd_llm_model_layer_llmlayer_validate_prom_9880f764,node_agent_mmd_memory_vector_layer_memorylayer_valida_c52c4db8,validate_reviewer_coverage_251efee3,node_agent_mmd_llm_model_layer_llmlayer_validate_syst_5636156e,node_agent_mmd_memory_vector_layer_memorylayer_valida_db599a97,check_environment_core_2c16213f,node_agent_mmd_llm_model_layer_llmlayer_context_conte_ad2dfbd9,node_agent_mmd_memory_vector_layer_memorylayer_contex_78ceaaa9,node_agent_mmd_llm_model_layer_llmlayer_index_context_1041bd11,node_agent_mmd_memory_vector_layer_memorylayer_index__6f3402d0,prompt_gate_c5e9d207,node_agent_mmd_orchestration_layer_orchestration_reme_359fe98f,node_agent_mmd_llm_model_layer_llmlayer_remediate_run_9e3d4585,node_agent_mmd_tool_layer_toollayer_remediate_runner__c003b871,node_agent_mmd_llm_model_layer_llmlayer_search_search_66b9a911,node_agent_mmd_memory_vector_layer_memorylayer_search_ac35cb7e,node_agent_mmd_orchestration_layer_orchestration_cont_61b3b9c9,node_agent_mmd_llm_model_layer_llmlayer_context_healt_cfc0bfa8,node_agent_mmd_memory_vector_layer_memorylayer_contex_3204aa0e,node_agent_mmd_orchestration_layer_orchestration_comm_1f8cc24c,node_agent_mmd_llm_model_layer_llmlayer_command_specs_782af9fa,node_agent_mmd_memory_vector_layer_memorylayer_comman_111eb454,prompt_gate_command_spec_9a941482,node_agent_mmd_llm_model_layer_llmlayer_constants_con_c9bd3f6c,node_agent_mmd_memory_vector_layer_memorylayer_consta_702d3f46,node_agent_mmd_llm_model_layer_llmlayer_index_index_1_02e160ff,node_agent_mmd_memory_vector_layer_memorylayer_index__752bc61e,node_agent_mmd_llm_model_layer_llmlayer_indexer_index_4f4deef5,node_agent_mmd_memory_vector_layer_memorylayer_indexe_93e6d86f,node_agent_mmd_llm_model_layer_llmlayer_ollama_ollama_968b23fa,node_agent_mmd_memory_vector_layer_memorylayer_ollama_6d51be16,node_agent_mmd_llm_model_layer_llmlayer_sync_contract_9f3cc8c1,node_agent_mmd_memory_vector_layer_memorylayer_sync_c_e43418bc,north_star_validators_cfc926ce,hilt_boundary_9b36fb15,types_10_75e5a4a0,goal_completion_audit_receipt_validation_9d0f4891,goal_completion_audit_receipt_5e4939c3,index_5_522f772a,node_agent_mmd_tool_layer_toollayer_constants_constan_9d71b829,types_17_ed30531c,sensitive_text_7c11f760,pr_template_linked_issue_relationship_a7b61f2c,pr_template_validator_rules_20a32d6b,node_agent_mmd_orchestration_layer_orchestration_prom_d17b4de2,node_agent_mmd_llm_model_layer_llmlayer_prompt_contex_81f9066a,node_agent_mmd_tool_layer_toollayer_prompt_context_dr_a2772f2b,node_agent_mmd_memory_vector_layer_memorylayer_prompt_ae34fc43,node_agent_mmd_orchestration_layer_orchestration_prom_77088997,node_agent_mmd_llm_model_layer_llmlayer_prompt_contex_e5066b88,node_agent_mmd_tool_layer_toollayer_prompt_context_dr_bd82da46,node_agent_mmd_memory_vector_layer_memorylayer_prompt_efd77624,node_agent_mmd_llm_model_layer_llmlayer_prompt_contex_6426acc2,node_agent_mmd_memory_vector_layer_memorylayer_prompt_55c0d605,cli_args_9_9c136878,cli_11_338a8415,sections_4697ef32,types_27_4d134744,validator_7_f836eb0e,cli_args_10_861cdd3f llmNode
  classDef toolNode fill:#555,color:#fff
-   class node_agent_mmd_orchestration_layer_orchestration_chec_7a9f0b64,node_agent_mmd_llm_model_layer_llmlayer_check_codex_a_29e7b7fa,node_agent_mmd_tool_layer_toollayer_check_codex_agent_4b361d5a,node_agent_mmd_orchestration_layer_orchestration_chec_7fd47f5c,node_agent_mmd_llm_model_layer_llmlayer_check_steerin_0e1bf90d,node_agent_mmd_tool_layer_toollayer_check_steering_fe_eafecf3a,node_agent_mmd_memory_vector_layer_memorylayer_check__64c86928,check_tooling_baseline_parity_3124b30a,node_agent_mmd_orchestration_layer_orchestration_run__18817957,node_agent_mmd_llm_model_layer_llmlayer_run_harness_e_603fcfdc,node_agent_mmd_tool_layer_toollayer_run_harness_evals_e2ee24f1,validate_action_review_receipt_fa2f06c3,node_agent_mmd_orchestration_layer_orchestration_vali_c01b04be,node_agent_mmd_llm_model_layer_llmlayer_validate_pack_2a12e1f4,node_agent_mmd_tool_layer_toollayer_validate_packaged_2855c827,validate_replay_packet_f309747e,node_agent_mmd_tool_layer_toollayer_ci_migrate_core_c_049f8460,node_agent_mmd_memory_vector_layer_memorylayer_ci_mig_0cd5b1a4,doctor_checks_5a2eb2b9,doctor_github_tool_check_e0a938df,doctor_github_tool_checks_a53b0382,doctor_tool_checks_4acac51a,next_blocked_decisions_4140ad2b,policy_gate_213f7313,remediate_cli_output_cc165396,node_agent_mmd_orchestration_layer_orchestration_reme_359fe98f,node_agent_mmd_llm_model_layer_llmlayer_remediate_run_9e3d4585,node_agent_mmd_tool_layer_toollayer_remediate_runner__c003b871,node_agent_mmd_tool_layer_toollayer_review_gate_core__7704598b,node_agent_mmd_memory_vector_layer_memorylayer_review_5bee9816,index_1bc04b52,types_1_4ecdf56e,validation_constants_e002a0f6,validation_98c41dcd,node_agent_mmd_orchestration_layer_orchestration_chec_0550c395,node_agent_mmd_tool_layer_toollayer_checker_checker_2_453d593b,node_agent_mmd_memory_vector_layer_memorylayer_checke_a583eb4f,node_agent_mmd_orchestration_layer_orchestration_shar_724ef5f0,node_agent_mmd_tool_layer_toollayer_shared_state_poli_53734acd,cli_args_1_6144b055,node_agent_mmd_orchestration_layer_orchestration_comm_6e41a7f7,node_agent_mmd_tool_layer_toollayer_command_capabilit_7fe13db1,node_agent_mmd_tool_layer_toollayer_command_capabilit_e97a4615,node_agent_mmd_memory_vector_layer_memorylayer_comman_c72a5d05,linear_command_actions_e430f4f4,node_agent_mmd_orchestration_layer_orchestration_line_b67affd5,node_agent_mmd_tool_layer_toollayer_linear_command_ru_d6763748,node_agent_mmd_orchestration_layer_orchestration_poli_3270b55d,node_agent_mmd_tool_layer_toollayer_policy_validators_af136abf,node_agent_mmd_memory_vector_layer_memorylayer_policy_1944de42,shared_state_action_validator_e7b128cd,node_agent_mmd_orchestration_layer_orchestration_type_7cf81261,node_agent_mmd_tool_layer_toollayer_types_core_types__6c8319b6,node_agent_mmd_memory_vector_layer_memorylayer_types__83f369fa,node_agent_mmd_orchestration_layer_orchestration_vali_d9fe99e6,node_agent_mmd_tool_layer_toollayer_validator_core_va_6ef6131f,node_agent_mmd_memory_vector_layer_memorylayer_valida_41034356,validator_helpers_7b927667,node_agent_mmd_orchestration_layer_orchestration_he_p_fc778c24,node_agent_mmd_tool_layer_toollayer_he_phase_exit_cor_af016160,environment_runtime_3206f0a8,observed_skill_usage_ed7d5930,closure_evidence_aaa31467,pr_creator_dc6b1ea4,client_948fe603,init_output_360dce91,scaffold_ci_templates_2afd6392,scaffold_codex_environment_templates_334fbbed,scaffold_config_templates_4b80ce53,node_agent_mmd_orchestration_layer_orchestration_scaf_c9a90c2f,node_agent_mmd_tool_layer_toollayer_scaffold_environm_c1afc013,node_agent_mmd_memory_vector_layer_memorylayer_scaffo_12b42341,scaffold_github_actions_pr_pipeline_renderer_1ee18de5,scaffold_github_actions_pr_pipeline_template_e2b85f62,scaffold_package_command_template_80e32e83,scaffold_release_private_npm_template_075499f8,node_agent_mmd_llm_model_layer_llmlayer_constants_con_c9bd3f6c,node_agent_mmd_tool_layer_toollayer_constants_constan_9d71b829,index_9_32dd4d91,validation_common_6161e48b,node_agent_mmd_tool_layer_toollayer_cli_cli_2_1_32d9eeaf,node_agent_mmd_memory_vector_layer_memorylayer_cli_cl_1f1f89ab,node_agent_mmd_tool_layer_toollayer_metrics_tracker_m_4c9237d8,node_agent_mmd_memory_vector_layer_memorylayer_metric_12562178,normalise_renderer_85f2e563,evaluation_engine_core_e054fe49,node_agent_mmd_orchestration_layer_orchestration_tool_cc43149f,node_agent_mmd_tool_layer_toollayer_tooling_baseline__61e66e9f,node_agent_mmd_memory_vector_layer_memorylayer_toolin_14f86b00,node_agent_mmd_orchestration_layer_orchestration_prom_d17b4de2,node_agent_mmd_llm_model_layer_llmlayer_prompt_contex_81f9066a,node_agent_mmd_tool_layer_toollayer_prompt_context_dr_a2772f2b,node_agent_mmd_memory_vector_layer_memorylayer_prompt_ae34fc43,node_agent_mmd_orchestration_layer_orchestration_prom_77088997,node_agent_mmd_llm_model_layer_llmlayer_prompt_contex_e5066b88,node_agent_mmd_tool_layer_toollayer_prompt_context_dr_bd82da46,node_agent_mmd_memory_vector_layer_memorylayer_prompt_efd77624,replay_packet_a1293f88,index_14_d982116c,review_lifecycle_contract_e5447221,review_lifecycle_89afa64c,node_agent_mmd_tool_layer_toollayer_runtime_card_code_3636ceac,node_agent_mmd_memory_vector_layer_memorylayer_runtim_a5d23e7f,runtime_card_codex_runtime_0655e230,runtime_evidence_bundle_d471a232,types_36_674380ec,index_17_642943a2,projection_1b250ea1,types_38_e8efcd57,validation_7_c4e6d8b6 toolNode
+   class node_agent_mmd_orchestration_layer_orchestration_chec_7a9f0b64,node_agent_mmd_llm_model_layer_llmlayer_check_codex_a_29e7b7fa,node_agent_mmd_tool_layer_toollayer_check_codex_agent_4b361d5a,node_agent_mmd_orchestration_layer_orchestration_chec_7fd47f5c,node_agent_mmd_llm_model_layer_llmlayer_check_steerin_0e1bf90d,node_agent_mmd_tool_layer_toollayer_check_steering_fe_eafecf3a,node_agent_mmd_memory_vector_layer_memorylayer_check__64c86928,check_tooling_baseline_parity_3124b30a,node_agent_mmd_orchestration_layer_orchestration_run__18817957,node_agent_mmd_llm_model_layer_llmlayer_run_harness_e_603fcfdc,node_agent_mmd_tool_layer_toollayer_run_harness_evals_e2ee24f1,validate_action_review_receipt_fa2f06c3,node_agent_mmd_orchestration_layer_orchestration_vali_c01b04be,node_agent_mmd_llm_model_layer_llmlayer_validate_pack_2a12e1f4,node_agent_mmd_tool_layer_toollayer_validate_packaged_2855c827,validate_replay_packet_f309747e,node_agent_mmd_tool_layer_toollayer_ci_migrate_core_c_049f8460,node_agent_mmd_memory_vector_layer_memorylayer_ci_mig_0cd5b1a4,doctor_checks_5a2eb2b9,doctor_github_tool_check_e0a938df,doctor_github_tool_checks_a53b0382,doctor_tool_checks_4acac51a,fleet_plan_repo_ecdc6499,next_blocked_decisions_4140ad2b,policy_gate_213f7313,remediate_cli_output_cc165396,node_agent_mmd_orchestration_layer_orchestration_reme_359fe98f,node_agent_mmd_llm_model_layer_llmlayer_remediate_run_9e3d4585,node_agent_mmd_tool_layer_toollayer_remediate_runner__c003b871,node_agent_mmd_tool_layer_toollayer_review_gate_core__7704598b,node_agent_mmd_memory_vector_layer_memorylayer_review_5bee9816,index_1bc04b52,types_1_4ecdf56e,validation_constants_e002a0f6,validation_98c41dcd,node_agent_mmd_orchestration_layer_orchestration_chec_0550c395,node_agent_mmd_tool_layer_toollayer_checker_checker_2_453d593b,node_agent_mmd_memory_vector_layer_memorylayer_checke_a583eb4f,node_agent_mmd_orchestration_layer_orchestration_shar_724ef5f0,node_agent_mmd_tool_layer_toollayer_shared_state_poli_53734acd,cli_args_1_6144b055,node_agent_mmd_orchestration_layer_orchestration_comm_6e41a7f7,node_agent_mmd_tool_layer_toollayer_command_capabilit_7fe13db1,node_agent_mmd_tool_layer_toollayer_command_capabilit_e97a4615,node_agent_mmd_memory_vector_layer_memorylayer_comman_c72a5d05,linear_command_actions_e430f4f4,node_agent_mmd_orchestration_layer_orchestration_line_b67affd5,node_agent_mmd_tool_layer_toollayer_linear_command_ru_d6763748,node_agent_mmd_orchestration_layer_orchestration_poli_3270b55d,node_agent_mmd_tool_layer_toollayer_policy_validators_af136abf,node_agent_mmd_memory_vector_layer_memorylayer_policy_1944de42,shared_state_action_validator_e7b128cd,node_agent_mmd_orchestration_layer_orchestration_type_7cf81261,node_agent_mmd_tool_layer_toollayer_types_core_types__6c8319b6,node_agent_mmd_memory_vector_layer_memorylayer_types__83f369fa,node_agent_mmd_orchestration_layer_orchestration_vali_d9fe99e6,node_agent_mmd_tool_layer_toollayer_validator_core_va_6ef6131f,node_agent_mmd_memory_vector_layer_memorylayer_valida_41034356,validator_helpers_7b927667,node_agent_mmd_orchestration_layer_orchestration_he_p_fc778c24,node_agent_mmd_tool_layer_toollayer_he_phase_exit_cor_af016160,environment_runtime_3206f0a8,observed_skill_usage_ed7d5930,closure_evidence_aaa31467,pr_creator_dc6b1ea4,client_948fe603,init_output_360dce91,scaffold_ci_templates_2afd6392,scaffold_codex_environment_templates_334fbbed,scaffold_config_templates_4b80ce53,node_agent_mmd_orchestration_layer_orchestration_scaf_c9a90c2f,node_agent_mmd_tool_layer_toollayer_scaffold_environm_c1afc013,node_agent_mmd_memory_vector_layer_memorylayer_scaffo_12b42341,scaffold_github_actions_pr_pipeline_renderer_1ee18de5,scaffold_github_actions_pr_pipeline_template_e2b85f62,scaffold_package_command_template_80e32e83,scaffold_release_private_npm_template_075499f8,node_agent_mmd_llm_model_layer_llmlayer_constants_con_c9bd3f6c,node_agent_mmd_tool_layer_toollayer_constants_constan_9d71b829,index_9_32dd4d91,validation_common_6161e48b,node_agent_mmd_tool_layer_toollayer_cli_cli_2_1_32d9eeaf,node_agent_mmd_memory_vector_layer_memorylayer_cli_cl_1f1f89ab,node_agent_mmd_tool_layer_toollayer_metrics_tracker_m_4c9237d8,node_agent_mmd_memory_vector_layer_memorylayer_metric_12562178,normalise_renderer_85f2e563,evaluation_engine_core_e054fe49,node_agent_mmd_orchestration_layer_orchestration_tool_cc43149f,node_agent_mmd_tool_layer_toollayer_tooling_baseline__61e66e9f,node_agent_mmd_memory_vector_layer_memorylayer_toolin_14f86b00,node_agent_mmd_orchestration_layer_orchestration_prom_d17b4de2,node_agent_mmd_llm_model_layer_llmlayer_prompt_contex_81f9066a,node_agent_mmd_tool_layer_toollayer_prompt_context_dr_a2772f2b,node_agent_mmd_memory_vector_layer_memorylayer_prompt_ae34fc43,node_agent_mmd_orchestration_layer_orchestration_prom_77088997,node_agent_mmd_llm_model_layer_llmlayer_prompt_contex_e5066b88,node_agent_mmd_tool_layer_toollayer_prompt_context_dr_bd82da46,node_agent_mmd_memory_vector_layer_memorylayer_prompt_efd77624,replay_packet_a1293f88,index_14_d982116c,review_lifecycle_contract_e5447221,review_lifecycle_89afa64c,node_agent_mmd_tool_layer_toollayer_runtime_card_code_3636ceac,node_agent_mmd_memory_vector_layer_memorylayer_runtim_a5d23e7f,runtime_card_codex_runtime_0655e230,runtime_evidence_bundle_d471a232,types_36_674380ec,index_17_642943a2,projection_1b250ea1,types_38_e8efcd57,validation_7_c4e6d8b6 toolNode
  classDef memNode fill:#555,color:#fff
-   class node_agent_mmd_orchestration_layer_orchestration_chec_7fd47f5c,node_agent_mmd_llm_model_layer_llmlayer_check_steerin_0e1bf90d,node_agent_mmd_tool_layer_toollayer_check_steering_fe_eafecf3a,node_agent_mmd_memory_vector_layer_memorylayer_check__64c86928,normalize_workflow_contracts_8701f1c8,sync_codex_preflight_7e7a8dc2,test_harness_upgrade_matrix_84113c4e,node_agent_mmd_llm_model_layer_llmlayer_validate_prom_9880f764,node_agent_mmd_memory_vector_layer_memorylayer_valida_c52c4db8,validate_runtime_packet_schemas_bc3ba8ec,node_agent_mmd_llm_model_layer_llmlayer_validate_syst_5636156e,node_agent_mmd_memory_vector_layer_memorylayer_valida_db599a97,validate_workflow_contracts_33dc063c,branch_protect_core_a8feb0fd,node_agent_mmd_tool_layer_toollayer_ci_migrate_core_c_049f8460,node_agent_mmd_memory_vector_layer_memorylayer_ci_mig_0cd5b1a4,context_health_80bb7da9,node_agent_mmd_llm_model_layer_llmlayer_context_conte_ad2dfbd9,node_agent_mmd_memory_vector_layer_memorylayer_contex_78ceaaa9,docs_gate_core_eb9b6c18,node_agent_mmd_llm_model_layer_llmlayer_index_context_1041bd11,node_agent_mmd_memory_vector_layer_memorylayer_index__6f3402d0,local_memory_preflight_dcc36c42,memory_gate_a577a506,node_agent_mmd_orchestration_layer_orchestration_next_5393fba1,node_agent_mmd_memory_vector_layer_memorylayer_next_r_7feb80cc,pattern_scope_siblings_43abe000,review_context_ca6cf81d,node_agent_mmd_tool_layer_toollayer_review_gate_core__7704598b,node_agent_mmd_memory_vector_layer_memorylayer_review_5bee9816,node_agent_mmd_llm_model_layer_llmlayer_search_search_66b9a911,node_agent_mmd_memory_vector_layer_memorylayer_search_ac35cb7e,session_context_e5ec72c0,node_agent_mmd_orchestration_layer_orchestration_tool_acfe0c01,node_agent_mmd_memory_vector_layer_memorylayer_toolin_a1185b8f,run_local_memory_preflight_36e92808,node_agent_mmd_orchestration_layer_orchestration_chec_0550c395,node_agent_mmd_tool_layer_toollayer_checker_checker_2_453d593b,node_agent_mmd_memory_vector_layer_memorylayer_checke_a583eb4f,node_agent_mmd_orchestration_layer_orchestration_cont_61b3b9c9,node_agent_mmd_llm_model_layer_llmlayer_context_healt_cfc0bfa8,node_agent_mmd_memory_vector_layer_memorylayer_contex_3204aa0e,node_agent_mmd_orchestration_layer_orchestration_type_4f906dcc,node_agent_mmd_memory_vector_layer_memorylayer_types__9ad640a0,branch_protect_sync_570adb18,node_agent_mmd_tool_layer_toollayer_command_capabilit_e97a4615,node_agent_mmd_memory_vector_layer_memorylayer_comman_c72a5d05,node_agent_mmd_orchestration_layer_orchestration_comm_1f8cc24c,node_agent_mmd_llm_model_layer_llmlayer_command_specs_782af9fa,node_agent_mmd_memory_vector_layer_memorylayer_comman_111eb454,local_memory_preflight_command_spec_9e23f3ce,memory_gate_command_spec_dc9001a9,review_gate_command_spec_3187376a,session_context_command_spec_973afbb1,node_agent_mmd_llm_model_layer_llmlayer_constants_con_c9bd3f6c,node_agent_mmd_memory_vector_layer_memorylayer_consta_702d3f46,context_compact_policy_3dcaf95d,node_agent_mmd_llm_model_layer_llmlayer_index_index_1_02e160ff,node_agent_mmd_memory_vector_layer_memorylayer_index__752bc61e,node_agent_mmd_llm_model_layer_llmlayer_indexer_index_4f4deef5,node_agent_mmd_memory_vector_layer_memorylayer_indexe_93e6d86f,init_error_5c7dd49f,lexical_fallback_723e2b3e,node_agent_mmd_llm_model_layer_llmlayer_ollama_ollama_968b23fa,node_agent_mmd_memory_vector_layer_memorylayer_ollama_6d51be16,rollout_a4fa034c,sources_878a52fc,store_824d80d7,node_agent_mmd_llm_model_layer_llmlayer_sync_contract_9f3cc8c1,node_agent_mmd_memory_vector_layer_memorylayer_sync_c_e43418bc,types_8_f6283648,harness_run_context_ac7c77a9,index_4_013aa0e3,json_schema_core_96d7e328,node_agent_mmd_orchestration_layer_orchestration_poli_3270b55d,node_agent_mmd_tool_layer_toollayer_policy_validators_af136abf,node_agent_mmd_memory_vector_layer_memorylayer_policy_1944de42,node_agent_mmd_orchestration_layer_orchestration_type_7cf81261,node_agent_mmd_tool_layer_toollayer_types_core_types__6c8319b6,node_agent_mmd_memory_vector_layer_memorylayer_types__83f369fa,node_agent_mmd_orchestration_layer_orchestration_vali_d9fe99e6,node_agent_mmd_tool_layer_toollayer_validator_core_va_6ef6131f,node_agent_mmd_memory_vector_layer_memorylayer_valida_41034356,archive_candidates_scanner_d0931789,archive_candidates_dc0e40e1,docs_task_eval_contract_79347457,docs_task_eval_fixtures_44902755,node_agent_mmd_orchestration_layer_orchestration_init_2a9c3ecb,node_agent_mmd_memory_vector_layer_memorylayer_init_m_333d02c5,node_agent_mmd_orchestration_layer_orchestration_proj_6ab6f60f,node_agent_mmd_memory_vector_layer_memorylayer_projec_3ae304d9,scaffold_diagram_templates_dd88e83c,node_agent_mmd_orchestration_layer_orchestration_scaf_12cc07db,node_agent_mmd_memory_vector_layer_memorylayer_scaffo_5fd73b94,node_agent_mmd_orchestration_layer_orchestration_scaf_c9a90c2f,node_agent_mmd_tool_layer_toollayer_scaffold_environm_c1afc013,node_agent_mmd_memory_vector_layer_memorylayer_scaffo_12b42341,scaffold_hook_templates_8c74ab50,scaffold_root_command_templates_404fed7f,scaffold_script_template_registry_69312d4e,scaffold_shell_templates_0ad0f915,scaffold_surfaces_12d6494e,node_agent_mmd_orchestration_layer_orchestration_scaf_ff8f92f6,node_agent_mmd_memory_vector_layer_memorylayer_scaffo_a86eece1,scaffold_workflow_template_92310587,eval_seed_5699fd3e,index_10_f6785a46,review_context_1_e3afed15,memory_gate_1_265164ac,branch_enforcer_acb749cd,cli_args_5_09ea29f0,node_agent_mmd_tool_layer_toollayer_cli_cli_2_1_32d9eeaf,node_agent_mmd_memory_vector_layer_memorylayer_cli_cl_1f1f89ab,node_agent_mmd_tool_layer_toollayer_metrics_tracker_m_4c9237d8,node_agent_mmd_memory_vector_layer_memorylayer_metric_12562178,types_19_eb4ad5f0,validator_5_b19ac2be,node_agent_mmd_orchestration_layer_orchestration_clas_899b821a,node_agent_mmd_memory_vector_layer_memorylayer_classi_1ebbf5ff,node_agent_mmd_orchestration_layer_orchestration_tool_cc43149f,node_agent_mmd_tool_layer_toollayer_tooling_baseline__61e66e9f,node_agent_mmd_memory_vector_layer_memorylayer_toolin_14f86b00,claim_helpers_20dc8387,types_24_c63dc1a7,local_memory_smoke_1175abfc,local_memory_0db17ecc,performance_overload_c685bfcf,node_agent_mmd_orchestration_layer_orchestration_sugg_85c5ebe3,node_agent_mmd_memory_vector_layer_memorylayer_sugges_267f408d,node_agent_mmd_orchestration_layer_orchestration_prom_d17b4de2,node_agent_mmd_llm_model_layer_llmlayer_prompt_contex_81f9066a,node_agent_mmd_tool_layer_toollayer_prompt_context_dr_a2772f2b,node_agent_mmd_memory_vector_layer_memorylayer_prompt_ae34fc43,node_agent_mmd_orchestration_layer_orchestration_prom_77088997,node_agent_mmd_llm_model_layer_llmlayer_prompt_contex_e5066b88,node_agent_mmd_tool_layer_toollayer_prompt_context_dr_bd82da46,node_agent_mmd_memory_vector_layer_memorylayer_prompt_efd77624,node_agent_mmd_llm_model_layer_llmlayer_prompt_contex_6426acc2,node_agent_mmd_memory_vector_layer_memorylayer_prompt_55c0d605,types_31_eb363e20,policy_1_fc4198db,node_agent_mmd_tool_layer_toollayer_runtime_card_code_3636ceac,node_agent_mmd_memory_vector_layer_memorylayer_runtim_a5d23e7f,cli_12_01c06c37,collector_0736fd5b,types_34_85e6a0bb,overload_guard_2748c559 memNode
+   class node_agent_mmd_orchestration_layer_orchestration_chec_7fd47f5c,node_agent_mmd_llm_model_layer_llmlayer_check_steerin_0e1bf90d,node_agent_mmd_tool_layer_toollayer_check_steering_fe_eafecf3a,node_agent_mmd_memory_vector_layer_memorylayer_check__64c86928,normalize_workflow_contracts_8701f1c8,sync_codex_preflight_7e7a8dc2,test_harness_upgrade_matrix_84113c4e,node_agent_mmd_llm_model_layer_llmlayer_validate_prom_9880f764,node_agent_mmd_memory_vector_layer_memorylayer_valida_c52c4db8,validate_runtime_packet_schemas_bc3ba8ec,node_agent_mmd_llm_model_layer_llmlayer_validate_syst_5636156e,node_agent_mmd_memory_vector_layer_memorylayer_valida_db599a97,validate_workflow_contracts_33dc063c,branch_protect_core_a8feb0fd,node_agent_mmd_tool_layer_toollayer_ci_migrate_core_c_049f8460,node_agent_mmd_memory_vector_layer_memorylayer_ci_mig_0cd5b1a4,context_health_80bb7da9,node_agent_mmd_llm_model_layer_llmlayer_context_conte_ad2dfbd9,node_agent_mmd_memory_vector_layer_memorylayer_contex_78ceaaa9,docs_gate_classification_2f51c90b,docs_gate_types_d285abb6,node_agent_mmd_llm_model_layer_llmlayer_index_context_1041bd11,node_agent_mmd_memory_vector_layer_memorylayer_index__6f3402d0,local_memory_preflight_dcc36c42,memory_gate_a577a506,node_agent_mmd_orchestration_layer_orchestration_next_5393fba1,node_agent_mmd_memory_vector_layer_memorylayer_next_r_7feb80cc,pattern_scope_siblings_43abe000,review_context_ca6cf81d,node_agent_mmd_tool_layer_toollayer_review_gate_core__7704598b,node_agent_mmd_memory_vector_layer_memorylayer_review_5bee9816,node_agent_mmd_llm_model_layer_llmlayer_search_search_66b9a911,node_agent_mmd_memory_vector_layer_memorylayer_search_ac35cb7e,session_context_e5ec72c0,node_agent_mmd_orchestration_layer_orchestration_tool_acfe0c01,node_agent_mmd_memory_vector_layer_memorylayer_toolin_a1185b8f,run_local_memory_preflight_36e92808,node_agent_mmd_orchestration_layer_orchestration_chec_0550c395,node_agent_mmd_tool_layer_toollayer_checker_checker_2_453d593b,node_agent_mmd_memory_vector_layer_memorylayer_checke_a583eb4f,node_agent_mmd_orchestration_layer_orchestration_cont_61b3b9c9,node_agent_mmd_llm_model_layer_llmlayer_context_healt_cfc0bfa8,node_agent_mmd_memory_vector_layer_memorylayer_contex_3204aa0e,node_agent_mmd_orchestration_layer_orchestration_type_4f906dcc,node_agent_mmd_memory_vector_layer_memorylayer_types__9ad640a0,branch_protect_sync_570adb18,node_agent_mmd_tool_layer_toollayer_command_capabilit_e97a4615,node_agent_mmd_memory_vector_layer_memorylayer_comman_c72a5d05,node_agent_mmd_orchestration_layer_orchestration_comm_1f8cc24c,node_agent_mmd_llm_model_layer_llmlayer_command_specs_782af9fa,node_agent_mmd_memory_vector_layer_memorylayer_comman_111eb454,local_memory_preflight_command_spec_9e23f3ce,memory_gate_command_spec_dc9001a9,review_gate_command_spec_3187376a,session_context_command_spec_973afbb1,node_agent_mmd_llm_model_layer_llmlayer_constants_con_c9bd3f6c,node_agent_mmd_memory_vector_layer_memorylayer_consta_702d3f46,context_compact_policy_3dcaf95d,node_agent_mmd_llm_model_layer_llmlayer_index_index_1_02e160ff,node_agent_mmd_memory_vector_layer_memorylayer_index__752bc61e,node_agent_mmd_llm_model_layer_llmlayer_indexer_index_4f4deef5,node_agent_mmd_memory_vector_layer_memorylayer_indexe_93e6d86f,init_error_5c7dd49f,lexical_fallback_723e2b3e,node_agent_mmd_llm_model_layer_llmlayer_ollama_ollama_968b23fa,node_agent_mmd_memory_vector_layer_memorylayer_ollama_6d51be16,rollout_a4fa034c,sources_878a52fc,store_824d80d7,node_agent_mmd_llm_model_layer_llmlayer_sync_contract_9f3cc8c1,node_agent_mmd_memory_vector_layer_memorylayer_sync_c_e43418bc,types_8_f6283648,harness_run_context_ac7c77a9,index_4_013aa0e3,json_schema_core_96d7e328,node_agent_mmd_orchestration_layer_orchestration_poli_3270b55d,node_agent_mmd_tool_layer_toollayer_policy_validators_af136abf,node_agent_mmd_memory_vector_layer_memorylayer_policy_1944de42,node_agent_mmd_orchestration_layer_orchestration_type_7cf81261,node_agent_mmd_tool_layer_toollayer_types_core_types__6c8319b6,node_agent_mmd_memory_vector_layer_memorylayer_types__83f369fa,node_agent_mmd_orchestration_layer_orchestration_vali_d9fe99e6,node_agent_mmd_tool_layer_toollayer_validator_core_va_6ef6131f,node_agent_mmd_memory_vector_layer_memorylayer_valida_41034356,archive_candidates_scanner_d0931789,archive_candidates_dc0e40e1,docs_task_eval_contract_79347457,docs_task_eval_fixtures_44902755,node_agent_mmd_orchestration_layer_orchestration_init_2a9c3ecb,node_agent_mmd_memory_vector_layer_memorylayer_init_m_333d02c5,node_agent_mmd_orchestration_layer_orchestration_proj_6ab6f60f,node_agent_mmd_memory_vector_layer_memorylayer_projec_3ae304d9,scaffold_diagram_templates_dd88e83c,node_agent_mmd_orchestration_layer_orchestration_scaf_12cc07db,node_agent_mmd_memory_vector_layer_memorylayer_scaffo_5fd73b94,node_agent_mmd_orchestration_layer_orchestration_scaf_c9a90c2f,node_agent_mmd_tool_layer_toollayer_scaffold_environm_c1afc013,node_agent_mmd_memory_vector_layer_memorylayer_scaffo_12b42341,scaffold_hook_templates_8c74ab50,scaffold_root_command_templates_404fed7f,scaffold_script_template_registry_69312d4e,scaffold_shell_templates_0ad0f915,scaffold_surfaces_12d6494e,node_agent_mmd_orchestration_layer_orchestration_scaf_ff8f92f6,node_agent_mmd_memory_vector_layer_memorylayer_scaffo_a86eece1,scaffold_workflow_template_92310587,eval_seed_5699fd3e,index_10_f6785a46,review_context_1_e3afed15,memory_gate_1_265164ac,branch_enforcer_acb749cd,cli_args_5_09ea29f0,node_agent_mmd_tool_layer_toollayer_cli_cli_2_1_32d9eeaf,node_agent_mmd_memory_vector_layer_memorylayer_cli_cl_1f1f89ab,node_agent_mmd_tool_layer_toollayer_metrics_tracker_m_4c9237d8,node_agent_mmd_memory_vector_layer_memorylayer_metric_12562178,types_19_eb4ad5f0,validator_5_b19ac2be,node_agent_mmd_orchestration_layer_orchestration_clas_899b821a,node_agent_mmd_memory_vector_layer_memorylayer_classi_1ebbf5ff,node_agent_mmd_orchestration_layer_orchestration_tool_cc43149f,node_agent_mmd_tool_layer_toollayer_tooling_baseline__61e66e9f,node_agent_mmd_memory_vector_layer_memorylayer_toolin_14f86b00,claim_helpers_20dc8387,types_24_c63dc1a7,local_memory_smoke_1175abfc,local_memory_0db17ecc,performance_overload_c685bfcf,node_agent_mmd_orchestration_layer_orchestration_sugg_85c5ebe3,node_agent_mmd_memory_vector_layer_memorylayer_sugges_267f408d,node_agent_mmd_orchestration_layer_orchestration_prom_d17b4de2,node_agent_mmd_llm_model_layer_llmlayer_prompt_contex_81f9066a,node_agent_mmd_tool_layer_toollayer_prompt_context_dr_a2772f2b,node_agent_mmd_memory_vector_layer_memorylayer_prompt_ae34fc43,node_agent_mmd_orchestration_layer_orchestration_prom_77088997,node_agent_mmd_llm_model_layer_llmlayer_prompt_contex_e5066b88,node_agent_mmd_tool_layer_toollayer_prompt_context_dr_bd82da46,node_agent_mmd_memory_vector_layer_memorylayer_prompt_efd77624,node_agent_mmd_llm_model_layer_llmlayer_prompt_contex_6426acc2,node_agent_mmd_memory_vector_layer_memorylayer_prompt_55c0d605,types_31_eb363e20,policy_1_fc4198db,node_agent_mmd_tool_layer_toollayer_runtime_card_code_3636ceac,node_agent_mmd_memory_vector_layer_memorylayer_runtim_a5d23e7f,cli_12_01c06c37,collector_0736fd5b,types_34_85e6a0bb,overload_guard_2748c559 memNode
